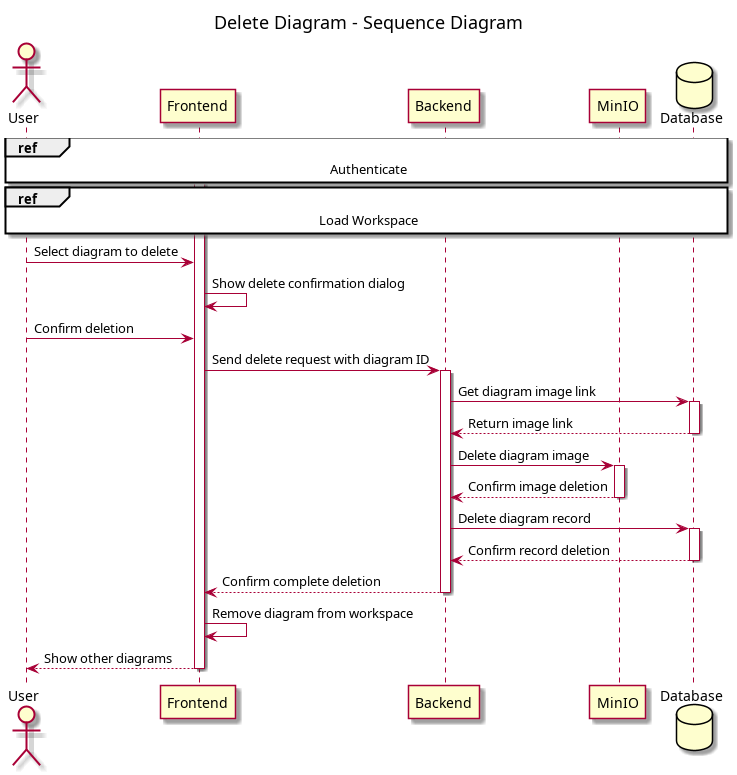
This is conception/SprintIV/sequence_diagrams/sequence_diagramManagement_4_4_DeleteDiagram.png from souhaib-askri/report_pfe, a PlantUML export, as it was before one commit. Its source is kept beside it as conception/SprintIV/sequence_diagrams/sequence_diagramManagement_4_4_DeleteDiagram.puml.
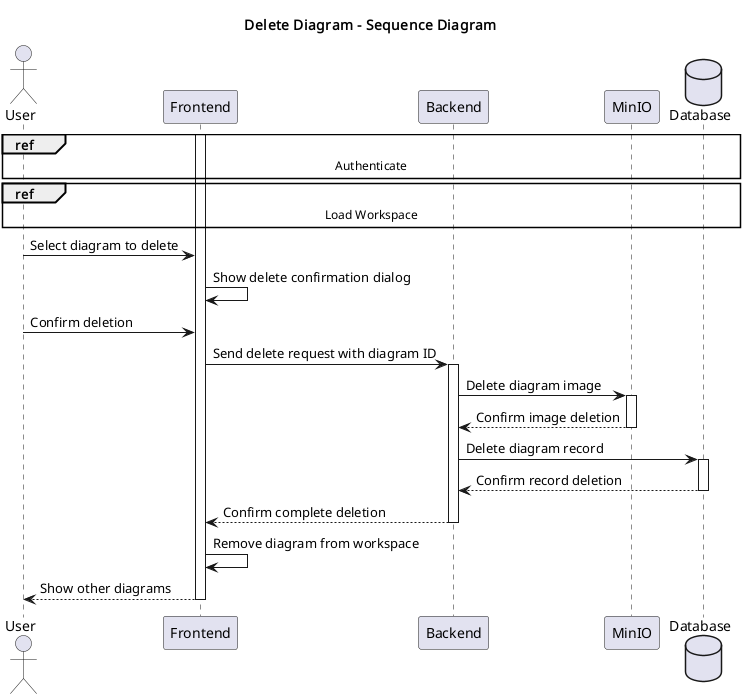
After the change.

Change to the diagram source:
```diff
@@ -20,10 +20,6 @@
 Frontend -> Backend: Send delete request with diagram ID
 activate Backend
 
-Backend -> Database: Get diagram image link
-activate Database
-Database --> Backend: Return image link
-deactivate Database
 
 Backend -> MinIO: Delete diagram image
 activate MinIO
```
